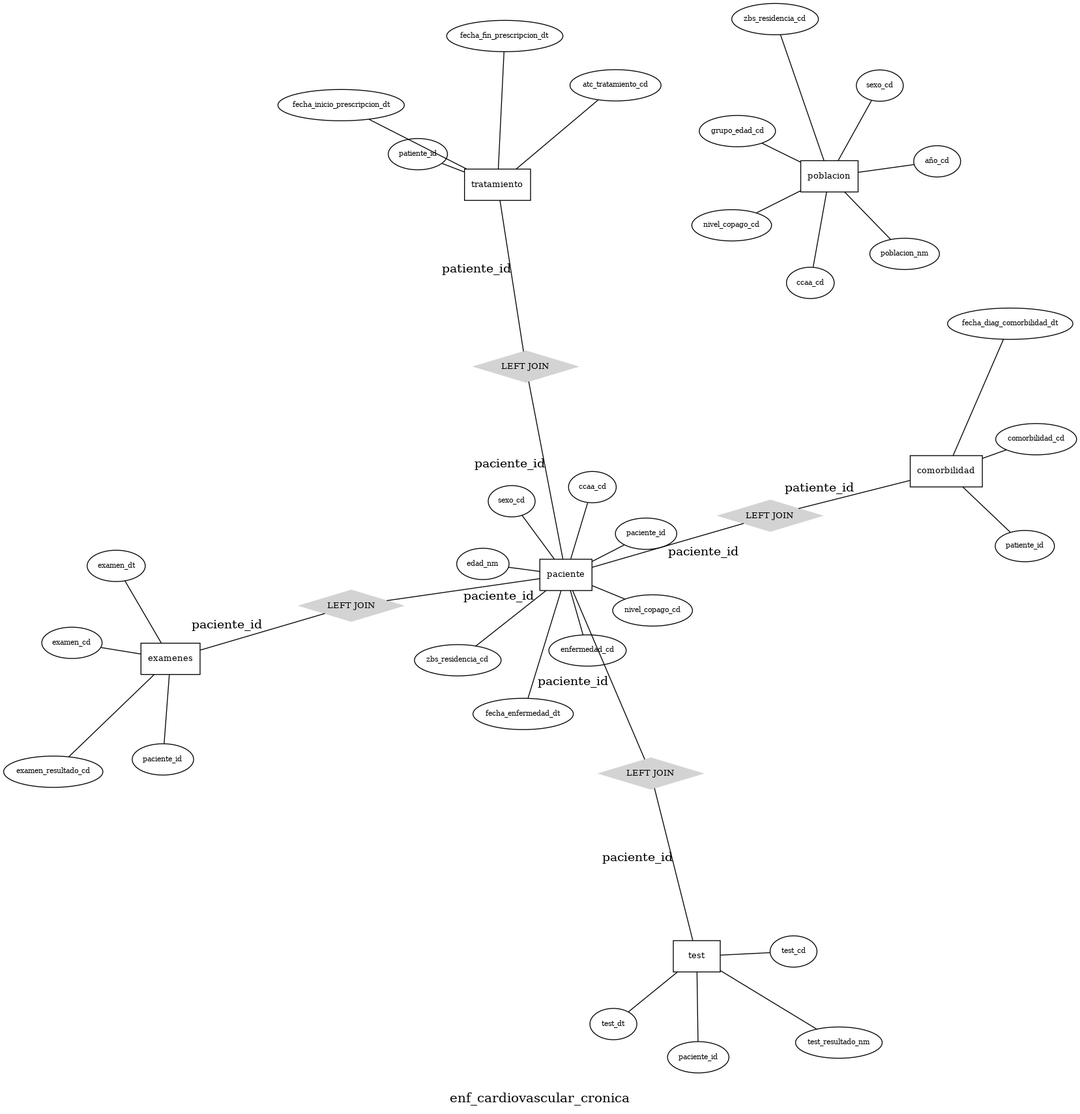
This is docs/CDM/ER.gv.png from cienciadedatosysalud/atlas-cardio, a Graphviz export, as it was before one commit. Its source is kept beside it as docs/CDM/ER.gv.
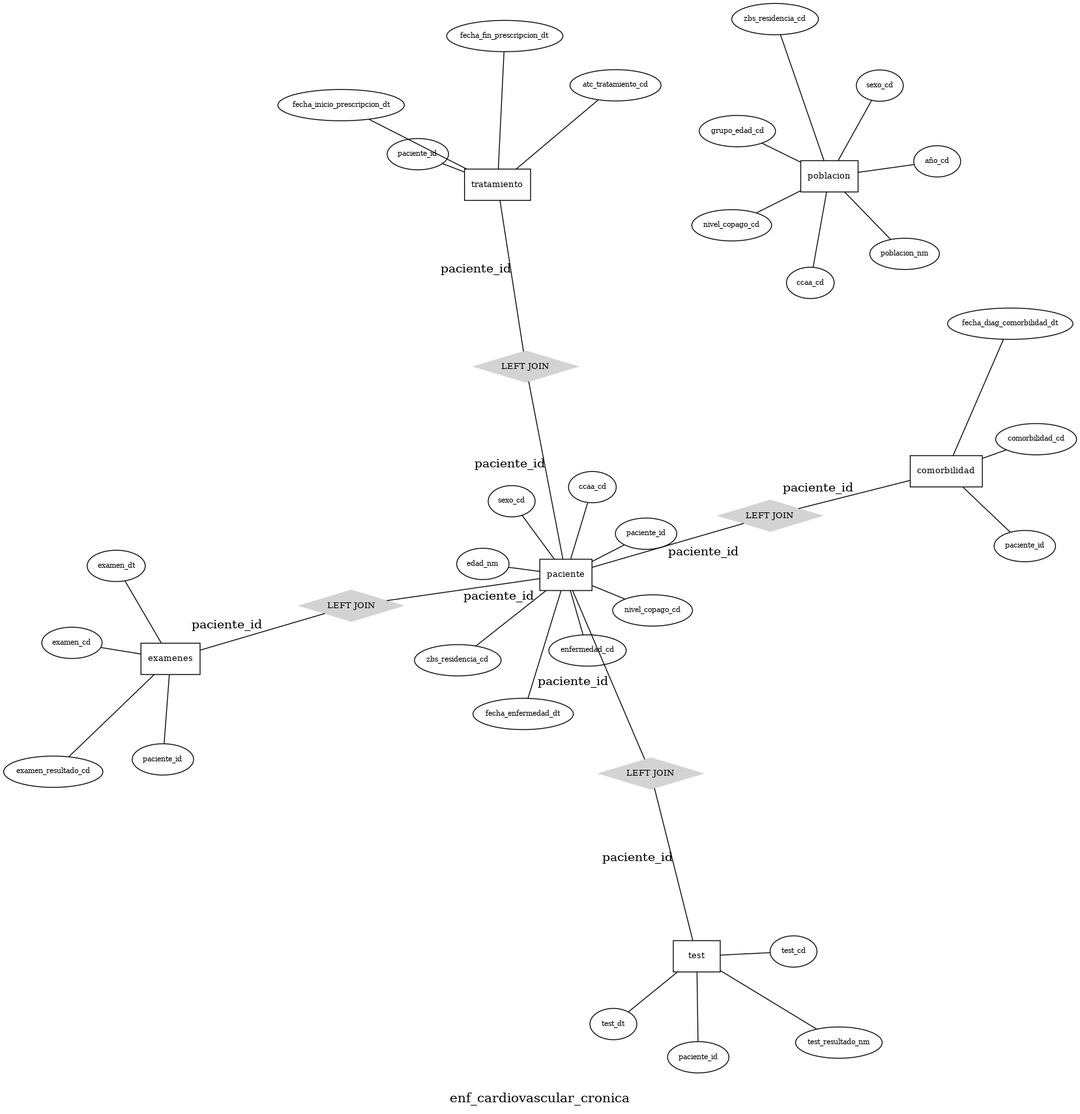
Above is the later version.

Change to the diagram source:
```diff
@@ -60,8 +60,8 @@
 	node [shape=box]
 	tratamiento [fontsize="10pt"]
 	node [shape=ellipse]
-	tratamiento_patiente_id [label=patiente_id fontsize="8pt"]
-	tratamiento_patiente_id -- tratamiento [len=1.5]
+	tratamiento_paciente_id [label=paciente_id fontsize="8pt"]
+	tratamiento_paciente_id -- tratamiento [len=1.5]
 	tratamiento_fecha_inicio_prescripcion_dt [label=fecha_inicio_prescripcion_dt fontsize="8pt"]
 	tratamiento_fecha_inicio_prescripcion_dt -- tratamiento [len=2.1]
 	tratamiento_fecha_fin_prescripcion_dt [label=fecha_fin_prescripcion_dt fontsize="8pt"]
@@ -71,8 +71,8 @@
 	node [shape=box]
 	comorbilidad [fontsize="10pt"]
 	node [shape=ellipse]
-	comorbilidad_patiente_id [label=patiente_id fontsize="8pt"]
-	comorbilidad_patiente_id -- comorbilidad [len=1.5]
+	comorbilidad_paciente_id [label=paciente_id fontsize="8pt"]
+	comorbilidad_paciente_id -- comorbilidad [len=1.5]
 	comorbilidad_comorbilidad_cd [label=comorbilidad_cd fontsize="8pt"]
 	comorbilidad_comorbilidad_cd -- comorbilidad [len=1.5]
 	comorbilidad_fecha_diag_comorbilidad_dt [label=fecha_diag_comorbilidad_dt fontsize="8pt"]
@@ -87,10 +87,10 @@
 	examenes -- "paciente-examenes" [label=paciente_id len=2.5]
 	"paciente-tratamiento" [label="LEFT JOIN" fontsize=10]
 	paciente -- "paciente-tratamiento" [label=paciente_id len=2.5]
-	tratamiento -- "paciente-tratamiento" [label=patiente_id len=2.5]
+	tratamiento -- "paciente-tratamiento" [label=paciente_id len=2.5]
 	"paciente-comorbilidad" [label="LEFT JOIN" fontsize=10]
 	paciente -- "paciente-comorbilidad" [label=paciente_id len=2.5]
-	comorbilidad -- "paciente-comorbilidad" [label=patiente_id len=2.5]
+	comorbilidad -- "paciente-comorbilidad" [label=paciente_id len=2.5]
 	label="\nenf_cardiovascular_cronica"
 	fontsize=15
 }
```
